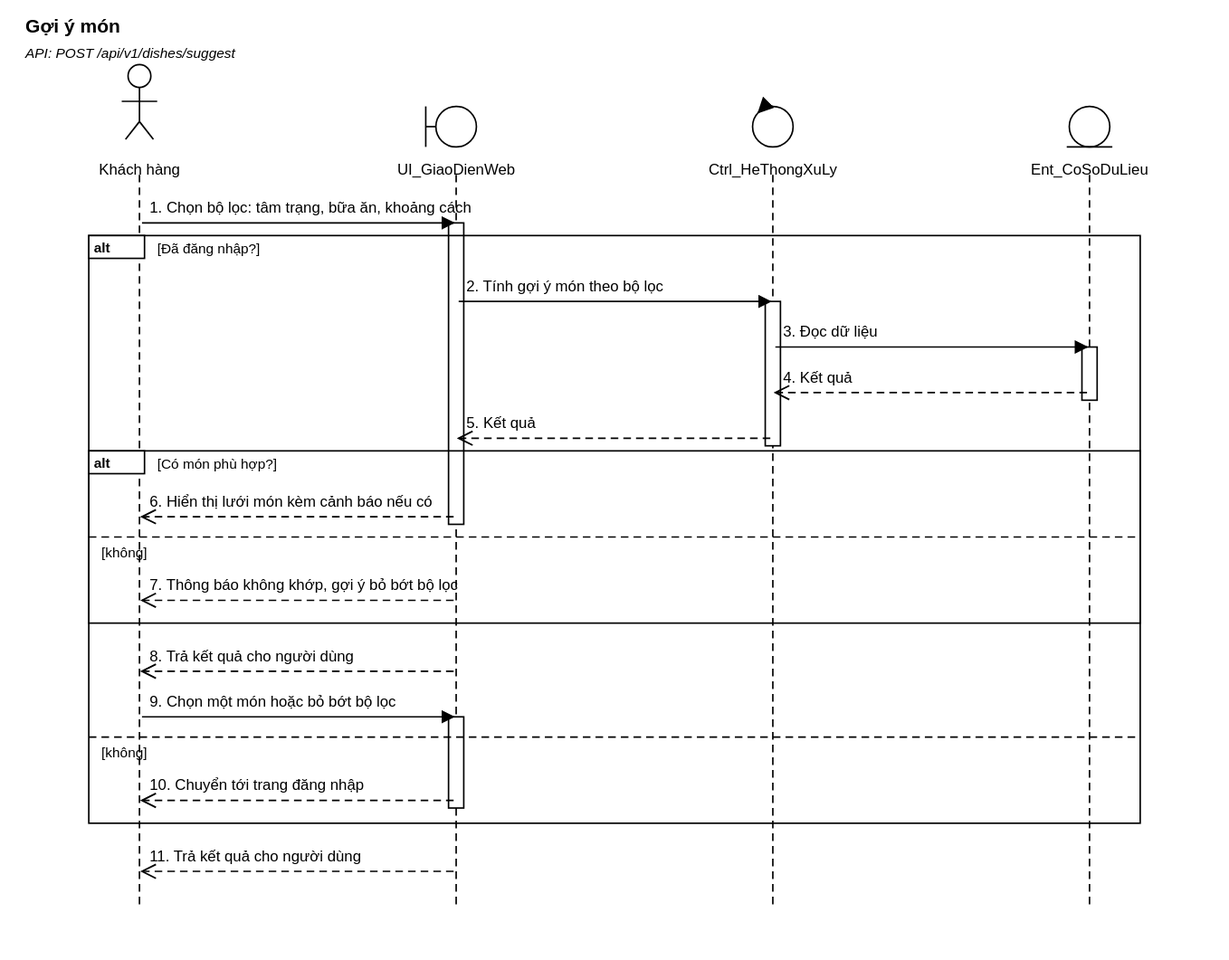
This is docs/bieu_do_uml/svg/trinh_tu/UC02_goi_y_mon_theo_bo_loc.svg from Shmily2004/Moodbite, a PlantUML export, as it was before one commit. Its source is kept beside it as docs/bieu_do_uml/puml_du_phong/hoat_dong/UC02_goi_y_mon_theo_bo_loc.puml.
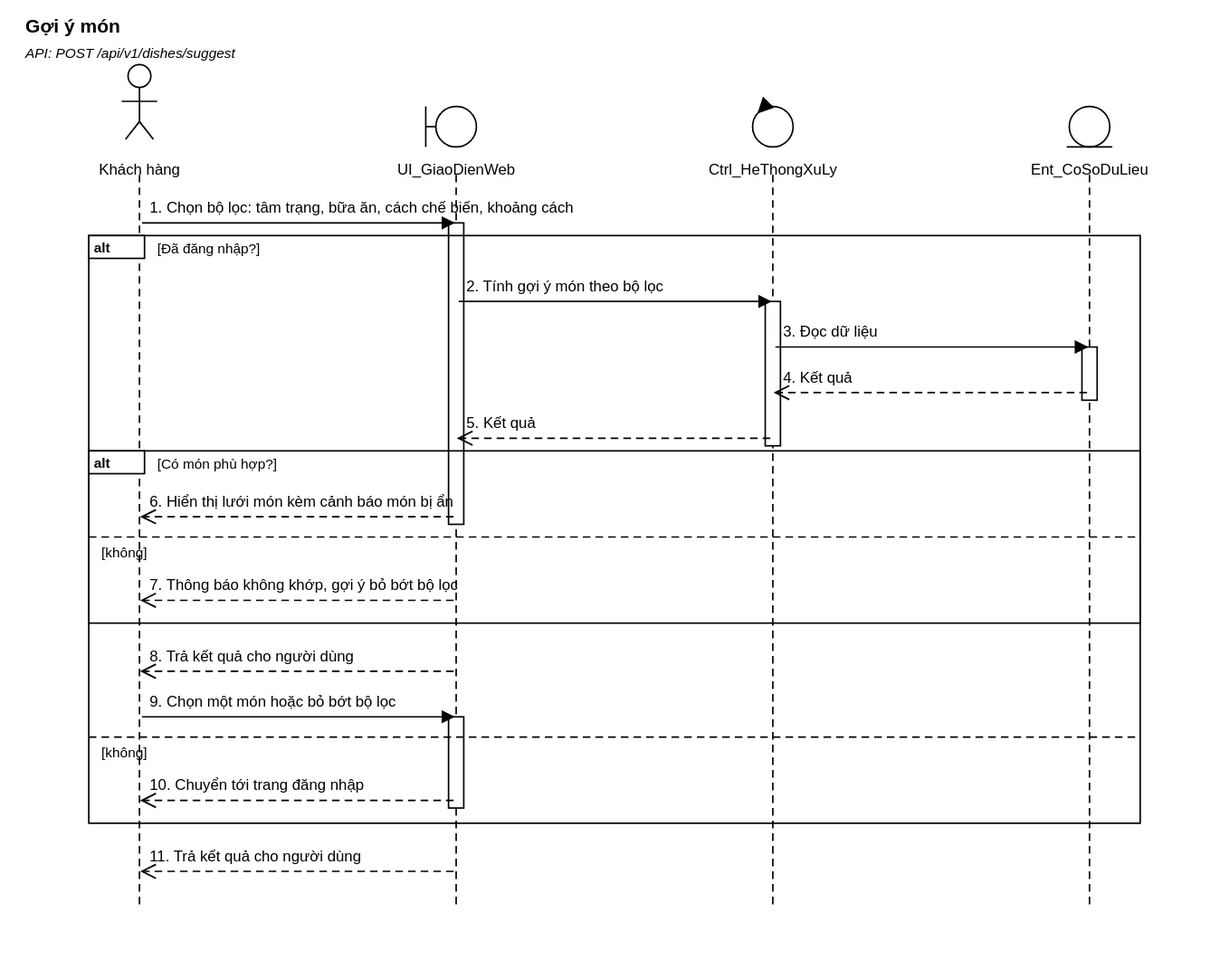
After the commit.

Diff of the diagram source:
```diff
@@ -1,16 +1,22 @@
 @startuml UC02_hoat_dong
 skinparam shadowing false
 start
-|Khách|
-:Chọn bộ lọc: tâm trạng, bữa ăn, khoảng cách;
+|Khách hàng|
+:Chọn bộ lọc: tâm trạng, bữa ăn, cách chế biến, khoảng cách;
 |Hệ thống|
-:POST /dishes/suggest;
-if (Có món phù hợp?) then (có)
-  :Hiển thị lưới món kèm cảnh báo nếu có;
+if (Đã đăng nhập?) then (có)
+  |Hệ thống|
+  :Tính gợi ý món theo bộ lọc;
+  if (Có món phù hợp?) then (có)
+    :Hiển thị lưới món kèm cảnh báo món bị ẩn;
+  else (không)
+    :Thông báo không khớp, gợi ý bỏ bớt bộ lọc;
+  endif
+  |Khách hàng|
+  :Chọn một món hoặc bỏ bớt bộ lọc;
+  stop
 else (không)
-  :Thông báo không khớp, gợi ý bỏ bớt bộ lọc;
+  :Chuyển tới trang đăng nhập;
+  stop
 endif
-|Khách|
-:Chọn một món hoặc bỏ bớt bộ lọc;
-stop
 @enduml
```
